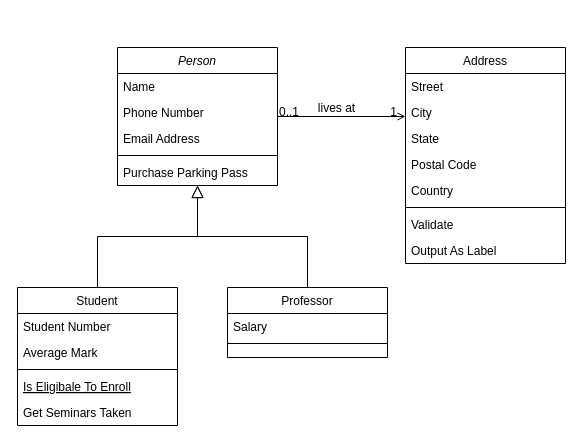
This is page "Page-1" (1 of 2) of Untitled Diagram.drawio from samghebre/TDD-Sci-Calculator, a draw.io file, before an edit. Source tidied: cells renumbered, new cells numbered last; positions are measured from the earlier drawing's top-left corner, leaving out a move shared by most shapes. Both pictures are drawn from the tidied source at 100%, with x=0, y=0 at pixel (17, 47).
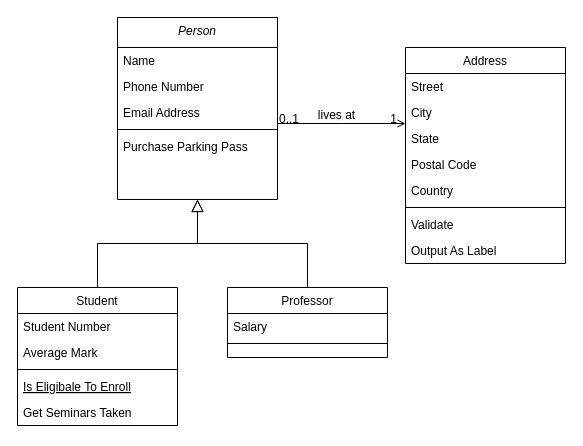
The same page after the edit.

The edit, as a diff of the source:
```diff
@@
-    <mxCell id="2" value="Person" style="swimlane;fontStyle=2;align=center;verticalAlign=top;horizontal=1;startSize=26;rounded=0;shadow=0;strokeWidth=1;" parent="1" vertex="1">
-      <mxGeometry x="100" width="160" height="138" as="geometry" />
+    <mxCell id="2" value="Person" style="swimlane;fontStyle=2;align=center;verticalAlign=top;horizontal=1;startSize=30;rounded=0;shadow=0;strokeWidth=1;" parent="1" vertex="1">
+      <mxGeometry x="100" y="-30" width="160" height="182" as="geometry" />
     </mxCell>
     <mxCell id="3" value="Name" style="text;align=left;verticalAlign=top;spacingLeft=4;spacingRight=4;overflow=hidden;" parent="2" vertex="1">
-      <mxGeometry y="26" width="160" height="26" as="geometry" />
+      <mxGeometry y="30" width="160" height="26" as="geometry" />
     </mxCell>
     <mxCell id="4" value="Phone Number" style="text;align=left;verticalAlign=top;spacingLeft=4;spacingRight=4;overflow=hidden;rounded=0;shadow=0;html=0;" parent="2" vertex="1">
-      <mxGeometry y="52" width="160" height="26" as="geometry" />
+      <mxGeometry y="56" width="160" height="26" as="geometry" />
     </mxCell>
     <mxCell id="5" value="Email Address" style="text;align=left;verticalAlign=top;spacingLeft=4;spacingRight=4;overflow=hidden;rounded=0;shadow=0;html=0;" parent="2" vertex="1">
-      <mxGeometry y="78" width="160" height="26" as="geometry" />
+      <mxGeometry y="82" width="160" height="26" as="geometry" />
     </mxCell>
     <mxCell id="6" style="line;html=1;strokeWidth=1;align=left;verticalAlign=middle;spacingTop=-1;spacingLeft=3;spacingRight=3;labelPosition=right;" parent="2" vertex="1">
-      <mxGeometry y="104" width="160" height="8" as="geometry" />
+      <mxGeometry y="108" width="160" height="8" as="geometry" />
     </mxCell>
     <mxCell id="7" value="Purchase Parking Pass" style="text;align=left;verticalAlign=top;spacingLeft=4;spacingRight=4;overflow=hidden;" parent="2" vertex="1">
-      <mxGeometry y="112" width="160" height="26" as="geometry" />
+      <mxGeometry y="116" width="160" height="26" as="geometry" />
     </mxCell>
```
